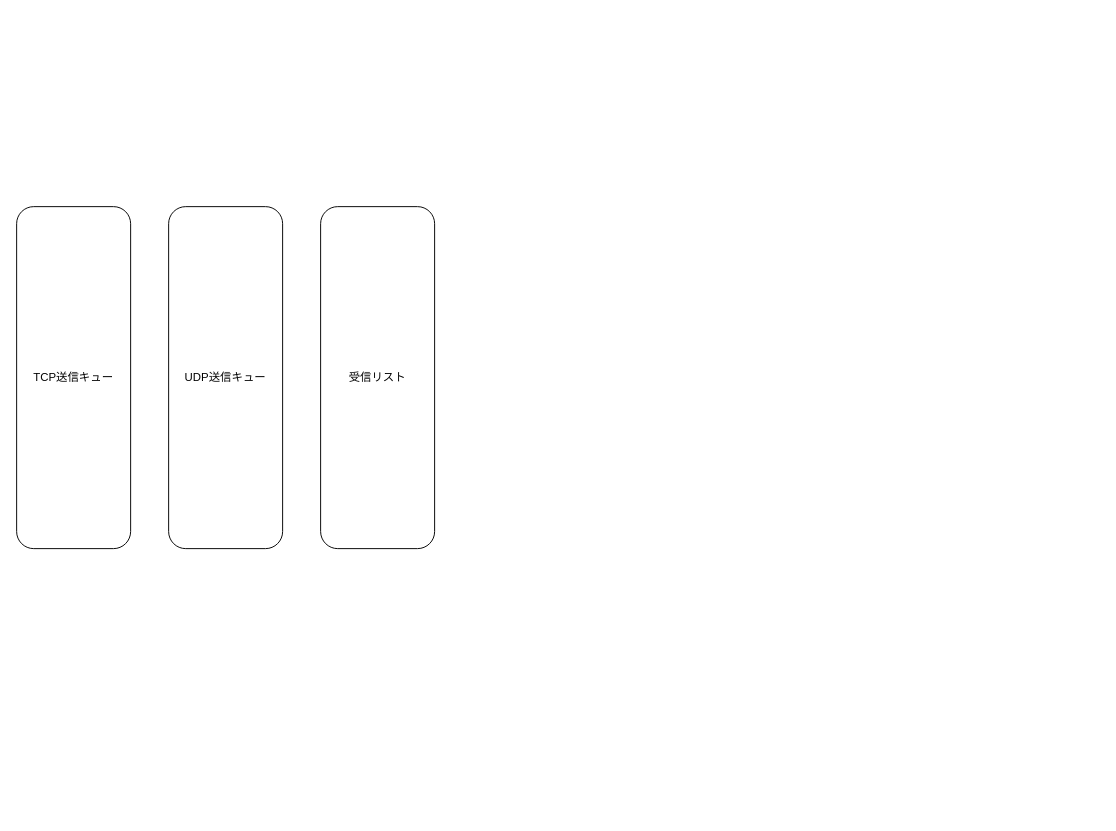
Above: page "クライアント処理の書き方案" (12 of 14) of Doc/仕様設計.drawio in 3doriTea/VRTea (draw.io), before the change. Source tidied: cells renumbered, new cells numbered last; positions are measured from the earlier drawing's top-left corner, leaving out a move shared by most shapes. Both pictures are drawn from the tidied source at 95%, with x=0, y=0 at pixel (16, 206).
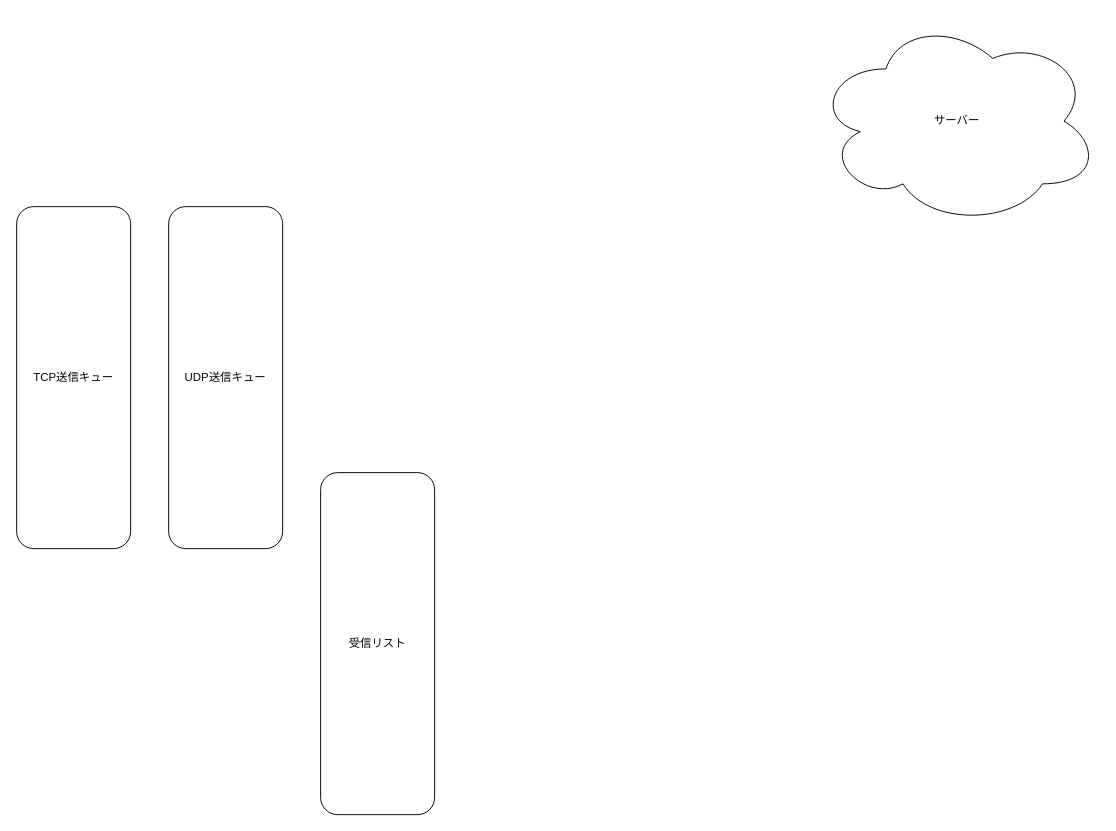
The same diagram, later.

Commit message (it also covers changes not shown here):
仕様設計.drawio を更新

What changed in the source:
```diff
@@
 <mxGraphModel>
   <root>
     <mxCell id="0" />
     <mxCell id="1" parent="0" />
     <mxCell id="2" value="TCP送信キュー" style="rounded=1;whiteSpace=wrap;html=1;" parent="1" vertex="1">
       <mxGeometry width="120" height="360" as="geometry" />
     </mxCell>
     <mxCell id="3" value="UDP送信キュー" style="rounded=1;whiteSpace=wrap;html=1;" parent="1" vertex="1">
       <mxGeometry x="160" width="120" height="360" as="geometry" />
     </mxCell>
     <mxCell id="4" value="受信リスト" style="rounded=1;whiteSpace=wrap;html=1;" parent="1" vertex="1">
-      <mxGeometry x="320" width="120" height="360" as="geometry" />
+      <mxGeometry x="320" y="280" width="120" height="360" as="geometry" />
     </mxCell>
+    <mxCell id="5" value="サーバー" style="ellipse;shape=cloud;whiteSpace=wrap;html=1;" parent="1" vertex="1">
+      <mxGeometry x="840" y="-200" width="300" height="220" as="geometry" />
+    </mxCell>
   </root>
 </mxGraphModel>
```
